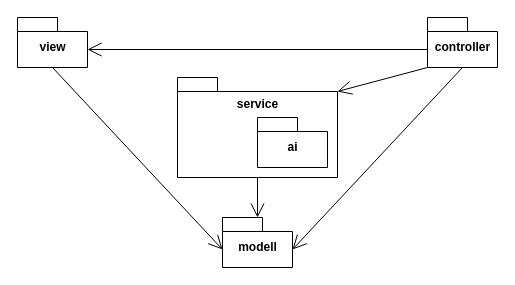
The draw.io diagram dokumentation/Dokumente/Diagramm_Paketstruktur.drawio in jonashellmann/informaticup21-team-chillow, before the edit. Source tidied: cells renumbered, new cells numbered last; positions are measured from the earlier drawing's top-left corner, leaving out a move shared by most shapes. Both pictures are drawn from the tidied source at 100%, with x=0, y=0 at pixel (17, 17).
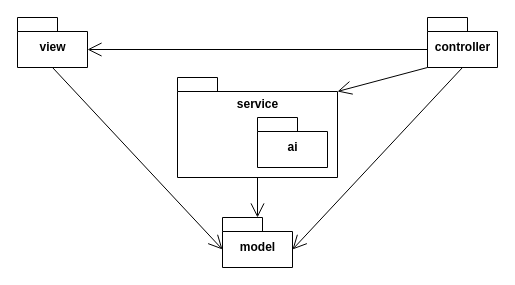
The same diagram, later.

Change to the diagram source:
```diff
@@
 <mxGraphModel background="#ffffff">
   <root>
     <mxCell id="0" />
     <mxCell id="1" parent="0" />
     <mxCell id="2" value="&lt;div&gt;view&lt;/div&gt;" style="shape=folder;fontStyle=1;spacingTop=10;tabWidth=40;tabHeight=14;tabPosition=left;html=1;" parent="1" vertex="1">
       <mxGeometry width="70" height="50" as="geometry" />
     </mxCell>
     <mxCell id="3" value="controller" style="shape=folder;fontStyle=1;spacingTop=10;tabWidth=40;tabHeight=14;tabPosition=left;html=1;" parent="1" vertex="1">
       <mxGeometry x="410" width="70" height="50" as="geometry" />
     </mxCell>
-    <mxCell id="4" value="modell" style="shape=folder;fontStyle=1;spacingTop=10;tabWidth=40;tabHeight=14;tabPosition=left;html=1;" parent="1" vertex="1">
+    <mxCell id="4" value="model" style="shape=folder;fontStyle=1;spacingTop=10;tabWidth=40;tabHeight=14;tabPosition=left;html=1;" parent="1" vertex="1">
       <mxGeometry x="205" y="200" width="70" height="50" as="geometry" />
     </mxCell>
     <mxCell id="5" value="&lt;div&gt;service&lt;/div&gt;&lt;div&gt;&lt;br&gt;&lt;/div&gt;&lt;div&gt;&lt;br&gt;&lt;/div&gt;&lt;div&gt;&lt;br&gt;&lt;/div&gt;&lt;div&gt;&lt;br&gt;&lt;/div&gt;" style="shape=folder;fontStyle=1;spacingTop=10;tabWidth=40;tabHeight=14;tabPosition=left;html=1;" parent="1" vertex="1">
       <mxGeometry x="160" y="60" width="160" height="100" as="geometry" />
     </mxCell>
     <mxCell id="6" value="ai" style="shape=folder;fontStyle=1;spacingTop=10;tabWidth=40;tabHeight=14;tabPosition=left;html=1;" parent="1" vertex="1">
       <mxGeometry x="240" y="100" width="70" height="50" as="geometry" />
     </mxCell>
     <mxCell id="7" style="endArrow=open;endFill=1;endSize=12;html=1;exitX=0;exitY=0;exitDx=0;exitDy=32;exitPerimeter=0;entryX=0;entryY=0;entryDx=70;entryDy=32;entryPerimeter=0;" parent="1" edge="1" source="3" target="2">
       <mxGeometry relative="1" as="geometry" />
     </mxCell>
     <mxCell id="8" style="endArrow=open;endFill=1;endSize=12;html=1;exitX=0.5;exitY=1;exitDx=0;exitDy=0;exitPerimeter=0;entryX=0;entryY=0;entryDx=0;entryDy=32;entryPerimeter=0;" parent="1" edge="1" source="2" target="4">
       <mxGeometry relative="1" as="geometry" />
     </mxCell>
     <mxCell id="9" style="endArrow=open;endFill=1;endSize=12;html=1;exitX=0.5;exitY=1;exitDx=0;exitDy=0;exitPerimeter=0;entryX=0;entryY=0;entryDx=70;entryDy=32;entryPerimeter=0;" parent="1" edge="1" source="3" target="4">
       <mxGeometry relative="1" as="geometry" />
     </mxCell>
     <mxCell id="10" style="endArrow=open;endFill=1;endSize=12;html=1;exitX=0.5;exitY=1;exitDx=0;exitDy=0;exitPerimeter=0;" parent="1" edge="1" source="5">
       <mxGeometry relative="1" as="geometry">
         <mxPoint x="240" y="200" as="targetPoint" />
       </mxGeometry>
     </mxCell>
     <mxCell id="11" style="endArrow=open;endFill=1;endSize=12;html=1;exitX=0;exitY=0;exitDx=0;exitDy=50;exitPerimeter=0;entryX=0;entryY=0;entryDx=160;entryDy=14;entryPerimeter=0;" parent="1" edge="1" source="3" target="5">
       <mxGeometry relative="1" as="geometry" />
     </mxCell>
   </root>
 </mxGraphModel>
```
